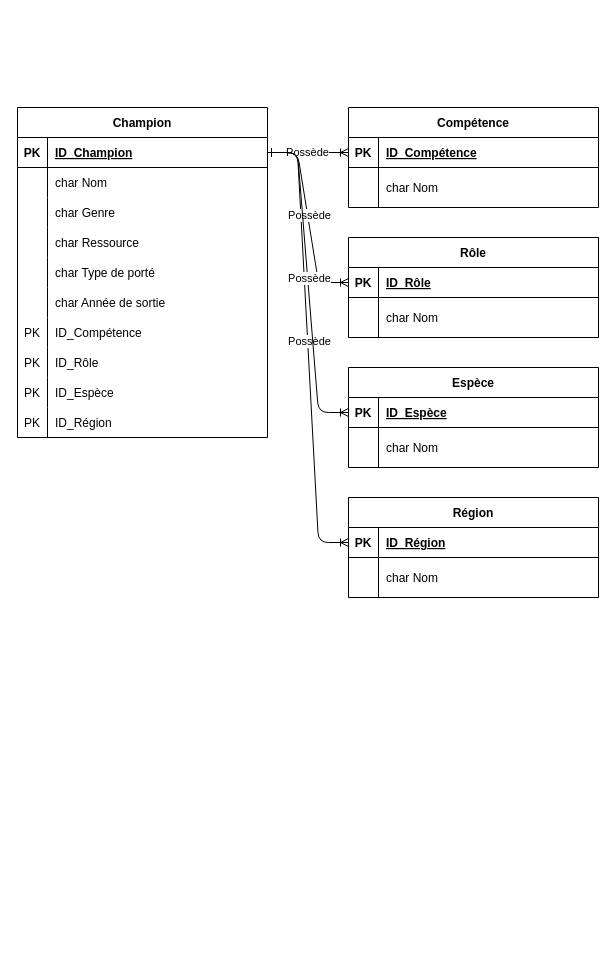
Earlier version of the draw.io diagram Diagramme sans nom.drawio (CamilleSimon/BTS2-CIEL-IR-MCD-2024-2025). Source tidied: cells renumbered, new cells numbered last; positions are measured from the earlier drawing's top-left corner, leaving out a move shared by most shapes. Both pictures are drawn from the tidied source at 100%, with x=0, y=0 at pixel (-209, 107).
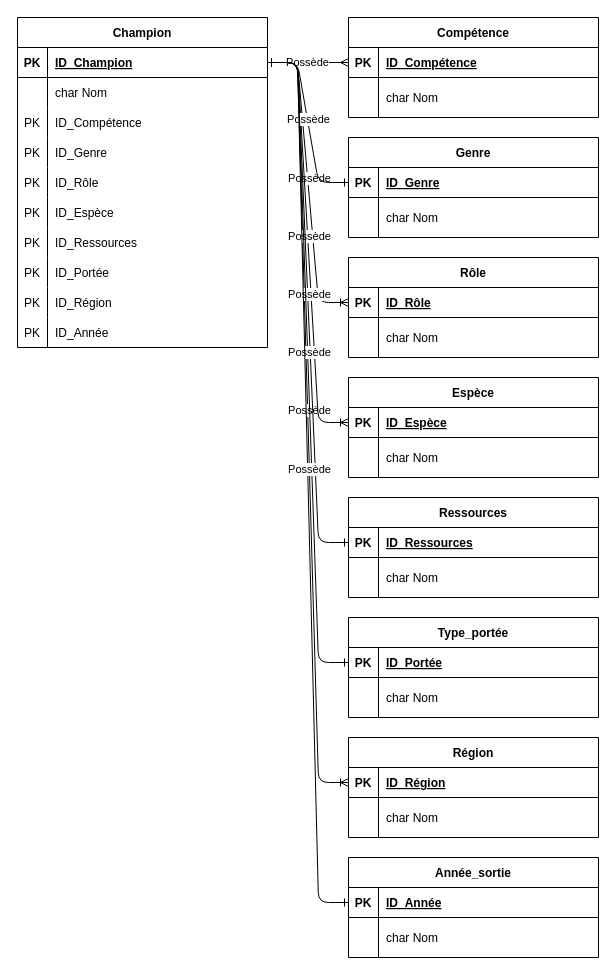
After the change.

Commit message:
Mettre à jour Diagramme sans nom.drawio

The change refers to these unchanged cells:
```xml
<mxCell id="5" style="shape=partialRectangle;fillColor=none;points=[[0,0.5],[1,0.5]];portConstraint=eastwest;top=0;left=0;right=0;bottom=1;" parent="4" vertex="1">
  <mxGeometry y="30" width="250" height="30" as="geometry" />
</mxCell>
<mxCell id="11" style="shape=partialRectangle;fillColor=none;top=0;left=0;right=0;bottom=0;" parent="4" vertex="1">
  <mxGeometry y="90" width="250" height="30" as="geometry" />
</mxCell>
<mxCell id="14" style="shape=partialRectangle;fillColor=none;top=0;left=0;right=0;bottom=0;" parent="4" vertex="1">
  <mxGeometry y="120" width="250" height="30" as="geometry" />
</mxCell>
<mxCell id="17" style="shape=partialRectangle;fillColor=none;top=0;left=0;right=0;bottom=0;" parent="4" vertex="1">
  <mxGeometry y="150" width="250" height="30" as="geometry" />
</mxCell>
<mxCell id="20" style="shape=partialRectangle;fillColor=none;top=0;left=0;right=0;bottom=0;" parent="4" vertex="1">
  <mxGeometry y="180" width="250" height="30" as="geometry" />
</mxCell>
<mxCell id="23" style="shape=partialRectangle;fillColor=none;top=0;left=0;right=0;bottom=0;" parent="4" vertex="1">
  <mxGeometry y="210" width="250" height="30" as="geometry" />
</mxCell>
<mxCell id="26" style="shape=partialRectangle;fillColor=none;top=0;left=0;right=0;bottom=0;" parent="4" vertex="1">
  <mxGeometry y="240" width="250" height="30" as="geometry" />
</mxCell>
<mxCell id="29" style="shape=partialRectangle;fillColor=none;top=0;left=0;right=0;bottom=0;" parent="4" vertex="1">
  <mxGeometry y="270" width="250" height="30" as="geometry" />
</mxCell>
<mxCell id="32" style="shape=partialRectangle;fillColor=none;top=0;left=0;right=0;bottom=0;" parent="4" vertex="1">
  <mxGeometry y="300" width="250" height="30" as="geometry" />
</mxCell>
<mxCell id="36" style="shape=partialRectangle;fillColor=none;points=[[0,0.5],[1,0.5]];portConstraint=eastwest;top=0;left=0;right=0;bottom=1;" parent="35" vertex="1">
  <mxGeometry y="30" width="250" height="30" as="geometry" />
</mxCell>
```

What changed in the source:
```diff
@@
-    <mxCell id="2" style="edgeStyle=entityRelationEdgeStyle;endArrow=ERoneToMany;startArrow=ERone;endFill=0;startFill=0;entryX=0;entryY=0.5;entryDx=0;entryDy=0;strokeWidth=1;" parent="1" edge="1" source="5" target="36">
+    <mxCell id="2" style="edgeStyle=entityRelationEdgeStyle;endArrow=ERmany;startArrow=ERone;endFill=0;startFill=0;entryX=0;entryY=0.5;entryDx=0;entryDy=0;strokeWidth=1;" parent="1" edge="1" source="5" target="36">
       <mxGeometry relative="1" as="geometry" />
     </mxCell>
@@
     <mxCell id="4" value="Champion" style="shape=table;startSize=30;childLayout=tableLayout;rowLines=0;fontStyle=1;align=center;" parent="1" vertex="1">
-      <mxGeometry x="226" width="250" height="330" as="geometry" />
+      <mxGeometry x="226" y="-90" width="250" height="330" as="geometry" />
     </mxCell>
@@
-    <mxCell id="12" style="shape=partialRectangle;overflow=hidden;fillColor=none;top=0;left=0;bottom=0;right=0;" parent="11" vertex="1">
-      <mxGeometry width="30" height="30" as="geometry" />
-    </mxCell>
-    <mxCell id="13" value="char Genre" style="shape=partialRectangle;overflow=hidden;fillColor=none;top=0;left=0;bottom=0;right=0;align=left;spacingLeft=6;" parent="11" vertex="1">
-      <mxGeometry x="30" width="220" height="30" as="geometry" />
-    </mxCell>
+    <mxCell id="69" value="PK" style="shape=partialRectangle;overflow=hidden;fillColor=none;top=0;left=0;bottom=0;right=0;" parent="11" vertex="1">
+      <mxGeometry width="30" height="30" as="geometry" />
+    </mxCell>
+    <mxCell id="70" value="ID_Compétence" style="shape=partialRectangle;overflow=hidden;fillColor=none;top=0;left=0;bottom=0;right=0;align=left;spacingLeft=6;" parent="11" vertex="1">
+      <mxGeometry x="30" width="220" height="30" as="geometry" />
+    </mxCell>
@@
-    <mxCell id="15" style="shape=partialRectangle;overflow=hidden;fillColor=none;top=0;left=0;bottom=0;right=0;" parent="14" vertex="1">
+    <mxCell id="15" value="PK" style="shape=partialRectangle;overflow=hidden;fillColor=none;top=0;left=0;bottom=0;right=0;" parent="14" vertex="1">
       <mxGeometry width="30" height="30" as="geometry" />
     </mxCell>
-    <mxCell id="16" value="char Ressource" style="shape=partialRectangle;overflow=hidden;fillColor=none;top=0;left=0;bottom=0;right=0;align=left;spacingLeft=6;" parent="14" vertex="1">
+    <mxCell id="16" value="ID_Genre" style="shape=partialRectangle;overflow=hidden;fillColor=none;top=0;left=0;bottom=0;right=0;align=left;spacingLeft=6;" parent="14" vertex="1">
       <mxGeometry x="30" width="220" height="30" as="geometry" />
     </mxCell>
@@
-    <mxCell id="18" style="shape=partialRectangle;overflow=hidden;fillColor=none;top=0;left=0;bottom=0;right=0;" parent="17" vertex="1">
+    <mxCell id="18" value="PK" style="shape=partialRectangle;overflow=hidden;fillColor=none;top=0;left=0;bottom=0;right=0;" parent="17" vertex="1">
       <mxGeometry width="30" height="30" as="geometry" />
     </mxCell>
-    <mxCell id="19" value="char Type de porté" style="shape=partialRectangle;overflow=hidden;fillColor=none;top=0;left=0;bottom=0;right=0;align=left;spacingLeft=6;" parent="17" vertex="1">
+    <mxCell id="19" value="ID_Rôle" style="shape=partialRectangle;overflow=hidden;fillColor=none;top=0;left=0;bottom=0;right=0;align=left;spacingLeft=6;" parent="17" vertex="1">
       <mxGeometry x="30" width="220" height="30" as="geometry" />
     </mxCell>
@@
-    <mxCell id="21" style="shape=partialRectangle;overflow=hidden;fillColor=none;top=0;left=0;bottom=0;right=0;" parent="20" vertex="1">
+    <mxCell id="21" value="PK" style="shape=partialRectangle;overflow=hidden;fillColor=none;top=0;left=0;bottom=0;right=0;" parent="20" vertex="1">
       <mxGeometry width="30" height="30" as="geometry" />
     </mxCell>
-    <mxCell id="22" value="char Année de sortie" style="shape=partialRectangle;overflow=hidden;fillColor=none;top=0;left=0;bottom=0;right=0;align=left;spacingLeft=6;" parent="20" vertex="1">
+    <mxCell id="22" value="ID_Espèce" style="shape=partialRectangle;overflow=hidden;fillColor=none;top=0;left=0;bottom=0;right=0;align=left;spacingLeft=6;" parent="20" vertex="1">
       <mxGeometry x="30" width="220" height="30" as="geometry" />
     </mxCell>
@@
-    <mxCell id="25" value="ID_Compétence" style="shape=partialRectangle;overflow=hidden;fillColor=none;top=0;left=0;bottom=0;right=0;align=left;spacingLeft=6;" parent="23" vertex="1">
+    <mxCell id="25" value="ID_Ressources" style="shape=partialRectangle;overflow=hidden;fillColor=none;top=0;left=0;bottom=0;right=0;align=left;spacingLeft=6;" parent="23" vertex="1">
       <mxGeometry x="30" width="220" height="30" as="geometry" />
     </mxCell>
@@
-    <mxCell id="28" value="ID_Rôle" style="shape=partialRectangle;overflow=hidden;fillColor=none;top=0;left=0;bottom=0;right=0;align=left;spacingLeft=6;" parent="26" vertex="1">
+    <mxCell id="28" value="ID_Portée" style="shape=partialRectangle;overflow=hidden;fillColor=none;top=0;left=0;bottom=0;right=0;align=left;spacingLeft=6;" parent="26" vertex="1">
       <mxGeometry x="30" width="220" height="30" as="geometry" />
     </mxCell>
@@
-    <mxCell id="31" value="ID_Espèce" style="shape=partialRectangle;overflow=hidden;fillColor=none;top=0;left=0;bottom=0;right=0;align=left;spacingLeft=6;" parent="29" vertex="1">
+    <mxCell id="31" value="ID_Région" style="shape=partialRectangle;overflow=hidden;fillColor=none;top=0;left=0;bottom=0;right=0;align=left;spacingLeft=6;" parent="29" vertex="1">
       <mxGeometry x="30" width="220" height="30" as="geometry" />
     </mxCell>
@@
-    <mxCell id="34" value="ID_Région" style="shape=partialRectangle;overflow=hidden;fillColor=none;top=0;left=0;bottom=0;right=0;align=left;spacingLeft=6;" parent="32" vertex="1">
+    <mxCell id="34" value="ID_Année" style="shape=partialRectangle;overflow=hidden;fillColor=none;top=0;left=0;bottom=0;right=0;align=left;spacingLeft=6;" parent="32" vertex="1">
       <mxGeometry x="30" width="220" height="30" as="geometry" />
     </mxCell>
     <mxCell id="35" value="Compétence" style="shape=table;startSize=30;childLayout=tableLayout;rowLines=0;fontStyle=1;align=center;" parent="1" vertex="1">
-      <mxGeometry x="557" width="250" height="100" as="geometry" />
+      <mxGeometry x="557" y="-90" width="250" height="100" as="geometry" />
     </mxCell>
@@
     <mxCell id="42" value="Rôle" style="shape=table;startSize=30;childLayout=tableLayout;rowLines=0;fontStyle=1;align=center;" parent="1" vertex="1">
-      <mxGeometry x="557" y="130" width="250" height="100" as="geometry" />
+      <mxGeometry x="557" y="150" width="250" height="100" as="geometry" />
     </mxCell>
@@
     <mxCell id="49" value="Espèce" style="shape=table;startSize=30;childLayout=tableLayout;rowLines=0;fontStyle=1;align=center;" parent="1" vertex="1">
-      <mxGeometry x="557" y="260" width="250" height="100" as="geometry" />
+      <mxGeometry x="557" y="270" width="250" height="100" as="geometry" />
     </mxCell>
@@
     <mxCell id="56" value="Région" style="shape=table;startSize=30;childLayout=tableLayout;rowLines=0;fontStyle=1;align=center;" parent="1" vertex="1">
-      <mxGeometry x="557" y="390" width="250" height="100" as="geometry" />
+      <mxGeometry x="557" y="630" width="250" height="100" as="geometry" />
     </mxCell>
@@
+    <mxCell id="71" value="Ressources" style="shape=table;startSize=30;childLayout=tableLayout;rowLines=0;fontStyle=1;align=center;" parent="1" vertex="1">
+      <mxGeometry x="557" y="390" width="250" height="100" as="geometry" />
+    </mxCell>
+    <mxCell id="72" style="shape=partialRectangle;fillColor=none;points=[[0,0.5],[1,0.5]];portConstraint=eastwest;top=0;left=0;right=0;bottom=1;" parent="71" vertex="1">
+      <mxGeometry y="30" width="250" height="30" as="geometry" />
+    </mxCell>
+    <mxCell id="73" value="PK" style="shape=partialRectangle;overflow=hidden;fillColor=none;top=0;left=0;bottom=0;right=0;fontStyle=1;" parent="72" vertex="1">
+      <mxGeometry width="30" height="30" as="geometry" />
+    </mxCell>
+    <mxCell id="74" value="ID_Ressources" style="shape=partialRectangle;overflow=hidden;fillColor=none;top=0;left=0;bottom=0;right=0;align=left;spacingLeft=6;fontStyle=5;" parent="72" vertex="1">
+      <mxGeometry x="30" width="220" height="30" as="geometry" />
+    </mxCell>
+    <mxCell id="75" style="shape=partialRectangle;fillColor=none;top=0;left=0;right=0;bottom=0;" parent="71" vertex="1">
+      <mxGeometry y="60" width="250" height="40" as="geometry" />
+    </mxCell>
+    <mxCell id="76" style="shape=partialRectangle;overflow=hidden;fillColor=none;top=0;left=0;bottom=0;right=0;" parent="75" vertex="1">
+      <mxGeometry width="30" height="40" as="geometry" />
+    </mxCell>
+    <mxCell id="77" value="char Nom" style="shape=partialRectangle;overflow=hidden;fillColor=none;top=0;left=0;bottom=0;right=0;align=left;spacingLeft=6;" parent="75" vertex="1">
+      <mxGeometry x="30" width="220" height="40" as="geometry" />
+    </mxCell>
+    <mxCell id="78" value="Genre" style="shape=table;startSize=30;childLayout=tableLayout;rowLines=0;fontStyle=1;align=center;" parent="1" vertex="1">
+      <mxGeometry x="557" y="30" width="250" height="100" as="geometry" />
+    </mxCell>
+    <mxCell id="79" style="shape=partialRectangle;fillColor=none;points=[[0,0.5],[1,0.5]];portConstraint=eastwest;top=0;left=0;right=0;bottom=1;" parent="78" vertex="1">
+      <mxGeometry y="30" width="250" height="30" as="geometry" />
+    </mxCell>
+    <mxCell id="80" value="PK" style="shape=partialRectangle;overflow=hidden;fillColor=none;top=0;left=0;bottom=0;right=0;fontStyle=1;" parent="79" vertex="1">
+      <mxGeometry width="30" height="30" as="geometry" />
+    </mxCell>
+    <mxCell id="81" value="ID_Genre" style="shape=partialRectangle;overflow=hidden;fillColor=none;top=0;left=0;bottom=0;right=0;align=left;spacingLeft=6;fontStyle=5;" parent="79" vertex="1">
+      <mxGeometry x="30" width="220" height="30" as="geometry" />
+    </mxCell>
+    <mxCell id="82" style="shape=partialRectangle;fillColor=none;top=0;left=0;right=0;bottom=0;" parent="78" vertex="1">
+      <mxGeometry y="60" width="250" height="40" as="geometry" />
+    </mxCell>
+    <mxCell id="83" style="shape=partialRectangle;overflow=hidden;fillColor=none;top=0;left=0;bottom=0;right=0;" parent="82" vertex="1">
+      <mxGeometry width="30" height="40" as="geometry" />
+    </mxCell>
+    <mxCell id="84" value="char Nom" style="shape=partialRectangle;overflow=hidden;fillColor=none;top=0;left=0;bottom=0;right=0;align=left;spacingLeft=6;" parent="82" vertex="1">
+      <mxGeometry x="30" width="220" height="40" as="geometry" />
+    </mxCell>
+    <mxCell id="85" value="Type_portée" style="shape=table;startSize=30;childLayout=tableLayout;rowLines=0;fontStyle=1;align=center;" parent="1" vertex="1">
+      <mxGeometry x="557" y="510" width="250" height="100" as="geometry" />
+    </mxCell>
+    <mxCell id="86" style="shape=partialRectangle;fillColor=none;points=[[0,0.5],[1,0.5]];portConstraint=eastwest;top=0;left=0;right=0;bottom=1;" parent="85" vertex="1">
+      <mxGeometry y="30" width="250" height="30" as="geometry" />
+    </mxCell>
+    <mxCell id="87" value="PK" style="shape=partialRectangle;overflow=hidden;fillColor=none;top=0;left=0;bottom=0;right=0;fontStyle=1;" parent="86" vertex="1">
+      <mxGeometry width="30" height="30" as="geometry" />
+    </mxCell>
+    <mxCell id="88" value="ID_Portée" style="shape=partialRectangle;overflow=hidden;fillColor=none;top=0;left=0;bottom=0;right=0;align=left;spacingLeft=6;fontStyle=5;" parent="86" vertex="1">
+      <mxGeometry x="30" width="220" height="30" as="geometry" />
+    </mxCell>
+    <mxCell id="89" style="shape=partialRectangle;fillColor=none;top=0;left=0;right=0;bottom=0;" parent="85" vertex="1">
+      <mxGeometry y="60" width="250" height="40" as="geometry" />
+    </mxCell>
+    <mxCell id="90" style="shape=partialRectangle;overflow=hidden;fillColor=none;top=0;left=0;bottom=0;right=0;" parent="89" vertex="1">
+      <mxGeometry width="30" height="40" as="geometry" />
+    </mxCell>
+    <mxCell id="91" value="char Nom" style="shape=partialRectangle;overflow=hidden;fillColor=none;top=0;left=0;bottom=0;right=0;align=left;spacingLeft=6;" parent="89" vertex="1">
+      <mxGeometry x="30" width="220" height="40" as="geometry" />
+    </mxCell>
+    <mxCell id="92" value="Année_sortie" style="shape=table;startSize=30;childLayout=tableLayout;rowLines=0;fontStyle=1;align=center;" parent="1" vertex="1">
+      <mxGeometry x="557" y="750" width="250" height="100" as="geometry" />
+    </mxCell>
+    <mxCell id="93" style="shape=partialRectangle;fillColor=none;points=[[0,0.5],[1,0.5]];portConstraint=eastwest;top=0;left=0;right=0;bottom=1;" parent="92" vertex="1">
+      <mxGeometry y="30" width="250" height="30" as="geometry" />
+    </mxCell>
+    <mxCell id="94" value="PK" style="shape=partialRectangle;overflow=hidden;fillColor=none;top=0;left=0;bottom=0;right=0;fontStyle=1;" parent="93" vertex="1">
+      <mxGeometry width="30" height="30" as="geometry" />
+    </mxCell>
+    <mxCell id="95" value="ID_Année" style="shape=partialRectangle;overflow=hidden;fillColor=none;top=0;left=0;bottom=0;right=0;align=left;spacingLeft=6;fontStyle=5;" parent="93" vertex="1">
+      <mxGeometry x="30" width="220" height="30" as="geometry" />
+    </mxCell>
+    <mxCell id="96" style="shape=partialRectangle;fillColor=none;top=0;left=0;right=0;bottom=0;" parent="92" vertex="1">
+      <mxGeometry y="60" width="250" height="40" as="geometry" />
+    </mxCell>
+    <mxCell id="97" style="shape=partialRectangle;overflow=hidden;fillColor=none;top=0;left=0;bottom=0;right=0;" parent="96" vertex="1">
+      <mxGeometry width="30" height="40" as="geometry" />
+    </mxCell>
+    <mxCell id="98" value="char Nom" style="shape=partialRectangle;overflow=hidden;fillColor=none;top=0;left=0;bottom=0;right=0;align=left;spacingLeft=6;" parent="96" vertex="1">
+      <mxGeometry x="30" width="220" height="40" as="geometry" />
+    </mxCell>
+    <mxCell id="99" style="edgeStyle=entityRelationEdgeStyle;endArrow=ERone;startArrow=ERone;endFill=0;startFill=0;entryX=0;entryY=0.5;entryDx=0;entryDy=0;strokeWidth=1;exitX=1;exitY=0.5;exitDx=0;exitDy=0;" parent="1" edge="1" source="5" target="72">
+      <mxGeometry relative="1" as="geometry" />
+    </mxCell>
+    <mxCell id="100" value="Possède" style="edgeLabel;html=1;align=center;verticalAlign=middle;" parent="99" vertex="1">
+      <mxGeometry x="-0.03" y="1" relative="1" as="geometry" />
+    </mxCell>
+    <mxCell id="101" style="edgeStyle=entityRelationEdgeStyle;endArrow=ERone;startArrow=ERone;endFill=0;startFill=0;entryX=0;entryY=0.5;entryDx=0;entryDy=0;strokeWidth=1;exitX=1;exitY=0.5;exitDx=0;exitDy=0;" parent="1" edge="1" source="5" target="79">
+      <mxGeometry relative="1" as="geometry" />
+    </mxCell>
+    <mxCell id="102" value="Possède" style="edgeLabel;html=1;align=center;verticalAlign=middle;" parent="101" vertex="1">
+      <mxGeometry x="-0.03" y="1" relative="1" as="geometry" />
+    </mxCell>
+    <mxCell id="103" style="edgeStyle=entityRelationEdgeStyle;endArrow=ERone;startArrow=ERone;endFill=0;startFill=0;entryX=0;entryY=0.5;entryDx=0;entryDy=0;strokeWidth=1;exitX=1;exitY=0.5;exitDx=0;exitDy=0;" parent="1" edge="1" source="5" target="86">
+      <mxGeometry relative="1" as="geometry" />
+    </mxCell>
+    <mxCell id="104" value="Possède" style="edgeLabel;html=1;align=center;verticalAlign=middle;" parent="103" vertex="1">
+      <mxGeometry x="-0.03" y="1" relative="1" as="geometry" />
+    </mxCell>
+    <mxCell id="105" style="edgeStyle=entityRelationEdgeStyle;endArrow=ERone;startArrow=ERone;endFill=0;startFill=0;entryX=0;entryY=0.5;entryDx=0;entryDy=0;strokeWidth=1;exitX=1;exitY=0.5;exitDx=0;exitDy=0;" parent="1" edge="1" source="5" target="93">
+      <mxGeometry relative="1" as="geometry" />
+    </mxCell>
+    <mxCell id="106" value="Possède" style="edgeLabel;html=1;align=center;verticalAlign=middle;" parent="105" vertex="1">
+      <mxGeometry x="-0.03" y="1" relative="1" as="geometry" />
+    </mxCell>
```
